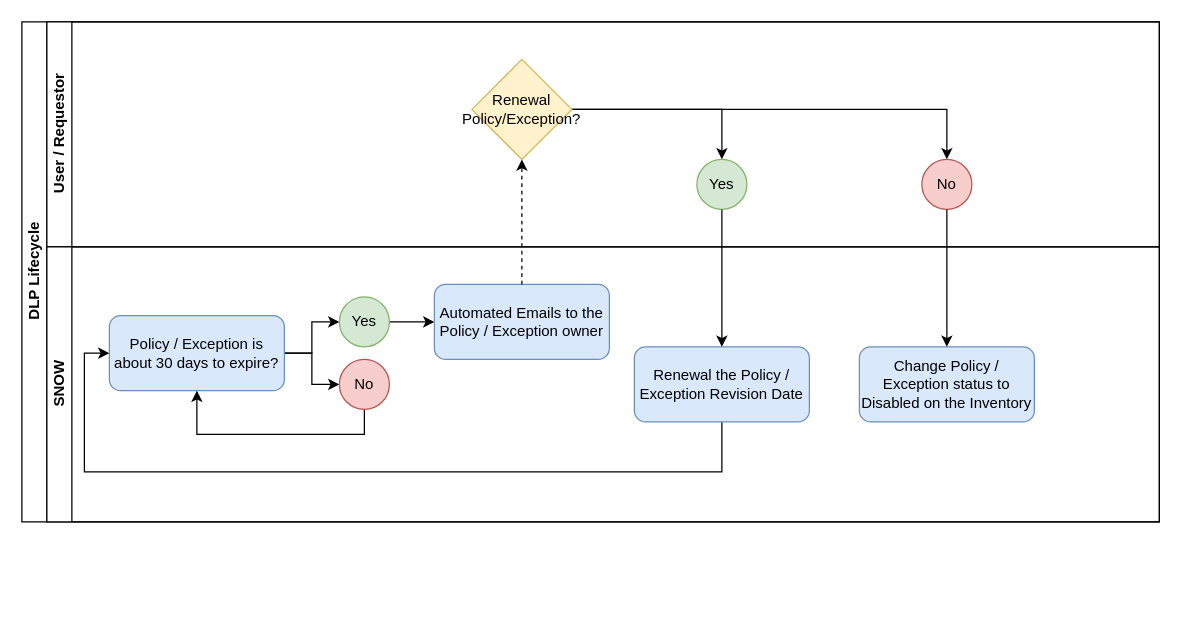
The draw.io diagram Lifecycle.drawio in jovblopes/Internet-of-Things, before the edit. Source tidied: cells renumbered, new cells numbered last; positions are measured from the earlier drawing's top-left corner, leaving out a move shared by most shapes. Both pictures are drawn from the tidied source at 125%, with x=0, y=0 at pixel (21, 21).
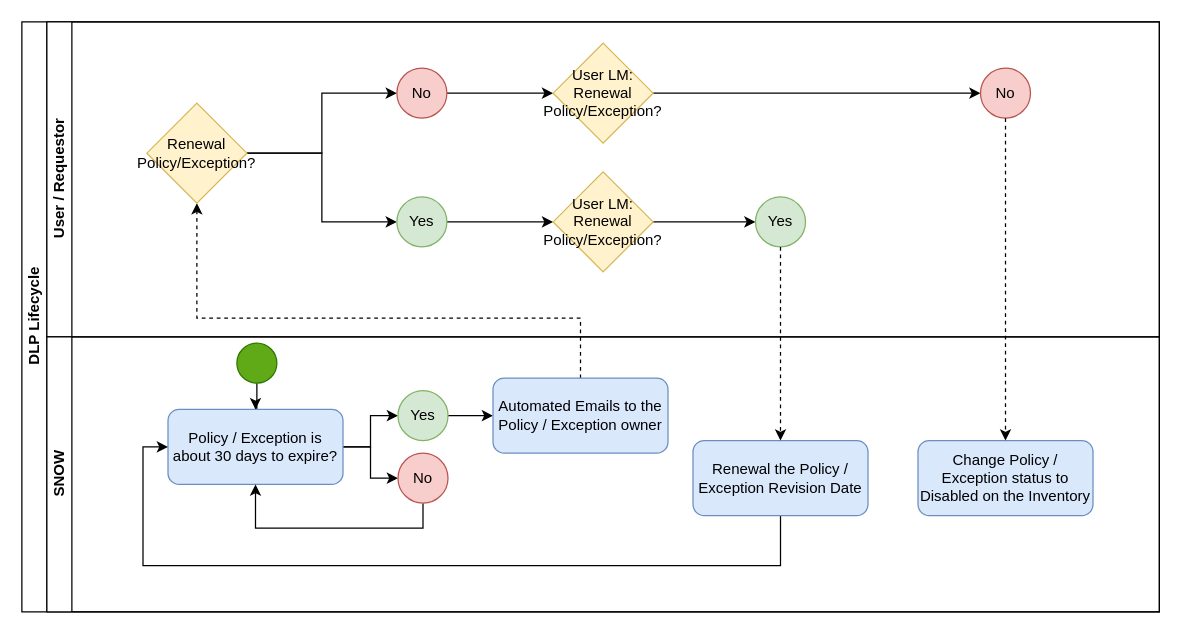
The same page after the edit.

The edit, as a diff of the source:
```diff
@@
-<mxGraphModel>
+<mxGraphModel background="#ffffff">
@@
     <mxCell id="2" value="DLP Lifecycle" style="swimlane;html=1;horizontal=0;startSize=20;" parent="1" vertex="1">
-      <mxGeometry width="910" height="400" as="geometry" />
+      <mxGeometry width="910" height="472" as="geometry" />
     </mxCell>
+    <mxCell id="21" style="edgeStyle=orthogonalEdgeStyle;rounded=0;jettySize=auto;html=1;entryX=0.5;entryY=1;entryDx=0;entryDy=0;dashed=1;" parent="2" edge="1" source="17" target="6">
+      <mxGeometry relative="1" as="geometry">
+        <Array as="points">
+          <mxPoint x="447" y="237" />
+          <mxPoint x="140" y="237" />
+        </Array>
+      </mxGeometry>
+    </mxCell>
     <mxCell id="3" value="User / Requestor" style="swimlane;html=1;startSize=20;horizontal=0;" parent="2" vertex="1">
-      <mxGeometry x="20" width="890" height="180" as="geometry" />
+      <mxGeometry x="20" width="890" height="252" as="geometry" />
     </mxCell>
+    <mxCell id="5" style="edgeStyle=orthogonalEdgeStyle;rounded=0;jettySize=auto;html=1;entryX=0;entryY=0.5;entryDx=0;entryDy=0;" parent="3" edge="1" source="6" target="8">
+      <mxGeometry relative="1" as="geometry" />
+    </mxCell>
-    <mxCell id="4" style="edgeStyle=orthogonalEdgeStyle;rounded=0;jettySize=auto;html=1;entryX=0.5;entryY=0;entryDx=0;entryDy=0;" parent="3" edge="1" source="6" target="7">
+    <mxCell id="4" style="edgeStyle=orthogonalEdgeStyle;rounded=0;jettySize=auto;html=1;entryX=0;entryY=0.5;entryDx=0;entryDy=0;" parent="3" edge="1" source="6" target="7">
       <mxGeometry relative="1" as="geometry" />
     </mxCell>
-    <mxCell id="5" style="edgeStyle=orthogonalEdgeStyle;rounded=0;jettySize=auto;html=1;entryX=0.5;entryY=0;entryDx=0;entryDy=0;" parent="3" edge="1" source="6" target="8">
-      <mxGeometry relative="1" as="geometry" />
-    </mxCell>
     <mxCell id="6" value="Renewal Policy/Exception?" style="rhombus;whiteSpace=wrap;html=1;fillColor=#fff2cc;strokeColor=#d6b656;" parent="3" vertex="1">
-      <mxGeometry x="340" y="30" width="80" height="80" as="geometry" />
+      <mxGeometry x="80" y="65" width="80" height="80" as="geometry" />
     </mxCell>
+    <mxCell id="24" style="edgeStyle=orthogonalEdgeStyle;rounded=0;jettySize=auto;html=1;entryX=0;entryY=0.5;entryDx=0;entryDy=0;" parent="3" edge="1" source="7" target="29">
+      <mxGeometry relative="1" as="geometry" />
+    </mxCell>
     <mxCell id="7" value="Yes" style="ellipse;whiteSpace=wrap;html=1;fillColor=#d5e8d4;strokeColor=#82b366;" parent="3" vertex="1">
-      <mxGeometry x="520" y="110" width="40" height="40" as="geometry" />
+      <mxGeometry x="280" y="140" width="40" height="40" as="geometry" />
     </mxCell>
+    <mxCell id="25" style="edgeStyle=orthogonalEdgeStyle;rounded=0;jettySize=auto;html=1;entryX=0;entryY=0.5;entryDx=0;entryDy=0;" parent="3" edge="1" source="8" target="27">
+      <mxGeometry relative="1" as="geometry" />
+    </mxCell>
     <mxCell id="8" value="No" style="ellipse;whiteSpace=wrap;html=1;fillColor=#f8cecc;strokeColor=#b85450;" parent="3" vertex="1">
-      <mxGeometry x="700" y="110" width="40" height="40" as="geometry" />
+      <mxGeometry x="280" y="37" width="40" height="40" as="geometry" />
     </mxCell>
+    <mxCell id="26" style="edgeStyle=orthogonalEdgeStyle;rounded=0;jettySize=auto;html=1;entryX=0;entryY=0.5;entryDx=0;entryDy=0;" parent="3" edge="1" source="27" target="31">
+      <mxGeometry relative="1" as="geometry" />
+    </mxCell>
+    <mxCell id="27" value="User LM:&lt;br&gt;Renewal Policy/Exception?" style="rhombus;whiteSpace=wrap;html=1;fillColor=#fff2cc;strokeColor=#d6b656;" parent="3" vertex="1">
+      <mxGeometry x="405" y="17" width="80" height="80" as="geometry" />
+    </mxCell>
+    <mxCell id="28" style="edgeStyle=orthogonalEdgeStyle;rounded=0;jettySize=auto;html=1;entryX=0;entryY=0.5;entryDx=0;entryDy=0;" parent="3" edge="1" source="29" target="30">
+      <mxGeometry relative="1" as="geometry" />
+    </mxCell>
+    <mxCell id="29" value="User LM:&lt;br&gt;Renewal Policy/Exception?" style="rhombus;whiteSpace=wrap;html=1;fillColor=#fff2cc;strokeColor=#d6b656;" parent="3" vertex="1">
+      <mxGeometry x="405" y="120" width="80" height="80" as="geometry" />
+    </mxCell>
+    <mxCell id="30" value="Yes" style="ellipse;whiteSpace=wrap;html=1;fillColor=#d5e8d4;strokeColor=#82b366;" parent="3" vertex="1">
+      <mxGeometry x="566.9" y="140" width="40" height="40" as="geometry" />
+    </mxCell>
+    <mxCell id="31" value="No" style="ellipse;whiteSpace=wrap;html=1;fillColor=#f8cecc;strokeColor=#b85450;" parent="3" vertex="1">
+      <mxGeometry x="746.9" y="37" width="40" height="40" as="geometry" />
+    </mxCell>
     <mxCell id="9" value="SNOW" style="swimlane;html=1;startSize=20;horizontal=0;" parent="2" vertex="1">
-      <mxGeometry x="20" y="180" width="890" height="220" as="geometry" />
+      <mxGeometry x="20" y="252" width="890" height="220" as="geometry" />
     </mxCell>
@@
     <mxCell id="12" value="Policy / Exception is about 30 days to expire?" style="rounded=1;whiteSpace=wrap;html=1;fillColor=#dae8fc;strokeColor=#6c8ebf;" parent="9" vertex="1">
-      <mxGeometry x="50" y="55" width="140" height="60" as="geometry" />
+      <mxGeometry x="96.9" y="58" width="140" height="60" as="geometry" />
     </mxCell>
@@
     <mxCell id="14" value="Yes" style="ellipse;whiteSpace=wrap;html=1;fillColor=#d5e8d4;strokeColor=#82b366;" parent="9" vertex="1">
-      <mxGeometry x="234" y="40" width="40" height="40" as="geometry" />
+      <mxGeometry x="280.9" y="43" width="40" height="40" as="geometry" />
     </mxCell>
     <mxCell id="15" style="edgeStyle=orthogonalEdgeStyle;rounded=0;jettySize=auto;html=1;entryX=0.5;entryY=1;entryDx=0;entryDy=0;" parent="9" edge="1" source="16" target="12">
       <mxGeometry relative="1" as="geometry">
         <Array as="points">
-          <mxPoint x="254" y="150" />
-          <mxPoint x="120" y="150" />
+          <mxPoint x="300.9" y="153" />
+          <mxPoint x="166.9" y="153" />
         </Array>
       </mxGeometry>
     </mxCell>
     <mxCell id="16" value="No" style="ellipse;whiteSpace=wrap;html=1;fillColor=#f8cecc;strokeColor=#b85450;" parent="9" vertex="1">
-      <mxGeometry x="234" y="90" width="40" height="40" as="geometry" />
+      <mxGeometry x="280.9" y="93" width="40" height="40" as="geometry" />
     </mxCell>
     <mxCell id="17" value="Automated Emails to the Policy / Exception owner" style="rounded=1;whiteSpace=wrap;html=1;fillColor=#dae8fc;strokeColor=#6c8ebf;" parent="9" vertex="1">
-      <mxGeometry x="310" y="30" width="140" height="60" as="geometry" />
+      <mxGeometry x="356.9" y="33" width="140" height="60" as="geometry" />
     </mxCell>
     <mxCell id="18" style="edgeStyle=orthogonalEdgeStyle;rounded=0;jettySize=auto;html=1;entryX=0;entryY=0.5;entryDx=0;entryDy=0;" parent="9" edge="1" source="19" target="12">
       <mxGeometry relative="1" as="geometry">
         <Array as="points">
-          <mxPoint x="540" y="180" />
-          <mxPoint x="30" y="180" />
-          <mxPoint x="30" y="85" />
+          <mxPoint x="586.9" y="183" />
+          <mxPoint x="76.9" y="183" />
+          <mxPoint x="76.9" y="88" />
         </Array>
       </mxGeometry>
     </mxCell>
     <mxCell id="19" value="Renewal the Policy / Exception Revision Date" style="rounded=1;whiteSpace=wrap;html=1;fillColor=#dae8fc;strokeColor=#6c8ebf;" parent="9" vertex="1">
-      <mxGeometry x="470" y="80" width="140" height="60" as="geometry" />
+      <mxGeometry x="516.9" y="83" width="140" height="60" as="geometry" />
     </mxCell>
     <mxCell id="20" value="Change Policy / Exception status to Disabled on the Inventory" style="rounded=1;whiteSpace=wrap;html=1;fillColor=#dae8fc;strokeColor=#6c8ebf;" parent="9" vertex="1">
-      <mxGeometry x="650" y="80" width="140" height="60" as="geometry" />
+      <mxGeometry x="696.9" y="83" width="140" height="60" as="geometry" />
     </mxCell>
-    <mxCell id="21" style="edgeStyle=orthogonalEdgeStyle;rounded=0;jettySize=auto;html=1;entryX=0.5;entryY=1;entryDx=0;entryDy=0;dashed=1;" parent="2" edge="1" source="17" target="6">
-      <mxGeometry relative="1" as="geometry" />
-    </mxCell>
-    <mxCell id="22" style="edgeStyle=orthogonalEdgeStyle;rounded=0;jettySize=auto;html=1;entryX=0.5;entryY=0;entryDx=0;entryDy=0;" parent="2" edge="1" source="7" target="19">
-      <mxGeometry relative="1" as="geometry" />
-    </mxCell>
-    <mxCell id="23" style="edgeStyle=orthogonalEdgeStyle;rounded=0;jettySize=auto;html=1;entryX=0.5;entryY=0;entryDx=0;entryDy=0;" parent="2" edge="1" source="8" target="20">
-      <mxGeometry relative="1" as="geometry" />
-    </mxCell>
+    <mxCell id="32" style="edgeStyle=orthogonalEdgeStyle;rounded=0;jettySize=auto;html=1;entryX=0.5;entryY=0;entryDx=0;entryDy=0;" parent="9" edge="1" source="33" target="12">
+      <mxGeometry relative="1" as="geometry" />
+    </mxCell>
+    <mxCell id="33" style="ellipse;whiteSpace=wrap;html=1;fillColor=#60a917;strokeColor=#2D7600;fontColor=#ffffff;" parent="9" vertex="1">
+      <mxGeometry x="152" y="5" width="32" height="32" as="geometry" />
+    </mxCell>
+    <mxCell id="34" style="edgeStyle=orthogonalEdgeStyle;rounded=0;jettySize=auto;html=1;entryX=0.5;entryY=0;entryDx=0;entryDy=0;dashed=1;" parent="2" edge="1" source="30" target="19">
+      <mxGeometry relative="1" as="geometry" />
+    </mxCell>
+    <mxCell id="35" style="edgeStyle=orthogonalEdgeStyle;rounded=0;jettySize=auto;html=1;entryX=0.5;entryY=0;entryDx=0;entryDy=0;dashed=1;" parent="2" edge="1" source="31" target="20">
+      <mxGeometry relative="1" as="geometry" />
+    </mxCell>
```
